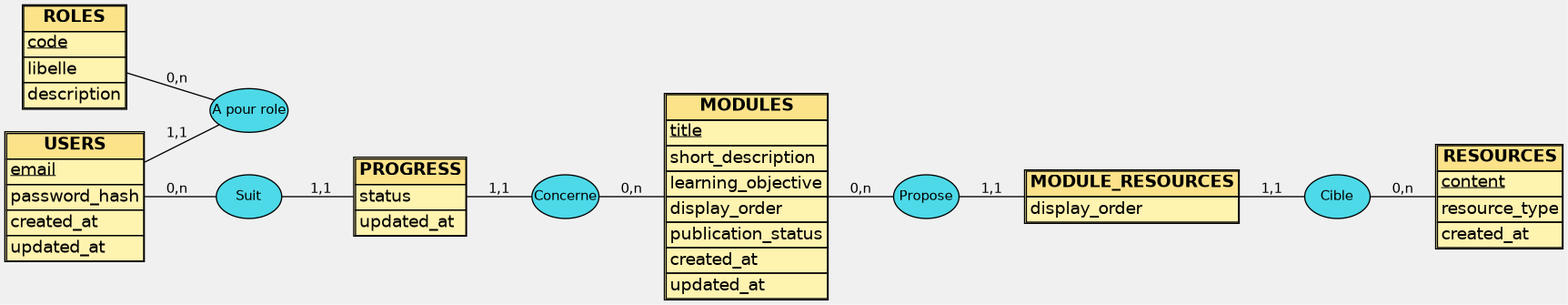
Earlier version of the Graphviz export docs/diagrams/mcd.png (Khadija-diop/Projet-chef-d-uvre-MicroSaaS). Its source is kept beside it as docs/diagrams/mcd.dot. The source it was exported from:
```dot
digraph MCD {
  rankdir=LR;
  bgcolor="#F0F0F0";
  node [fontname="Helvetica"];
  edge [fontname="Helvetica", fontsize=11];

  node [shape=none, margin=0];

  ROLES [label=<
    <TABLE BORDER="1" CELLBORDER="1" CELLSPACING="0" BGCOLOR="#FFF3B0">
      <TR><TD BGCOLOR="#FCE38A"><B>ROLES</B></TD></TR>
      <TR><TD ALIGN="LEFT"><U>code</U></TD></TR>
      <TR><TD ALIGN="LEFT">libelle</TD></TR>
      <TR><TD ALIGN="LEFT">description</TD></TR>
    </TABLE>>];

  USERS [label=<
    <TABLE BORDER="1" CELLBORDER="1" CELLSPACING="0" BGCOLOR="#FFF3B0">
      <TR><TD BGCOLOR="#FCE38A"><B>USERS</B></TD></TR>
      <TR><TD ALIGN="LEFT"><U>email</U></TD></TR>
      <TR><TD ALIGN="LEFT">password_hash</TD></TR>
      <TR><TD ALIGN="LEFT">created_at</TD></TR>
      <TR><TD ALIGN="LEFT">updated_at</TD></TR>
    </TABLE>>];

  PROGRESS [label=<
    <TABLE BORDER="1" CELLBORDER="1" CELLSPACING="0" BGCOLOR="#FFF3B0">
      <TR><TD BGCOLOR="#FCE38A"><B>PROGRESS</B></TD></TR>
      <TR><TD ALIGN="LEFT">status</TD></TR>
      <TR><TD ALIGN="LEFT">updated_at</TD></TR>
    </TABLE>>];

  MODULES [label=<
    <TABLE BORDER="1" CELLBORDER="1" CELLSPACING="0" BGCOLOR="#FFF3B0">
      <TR><TD BGCOLOR="#FCE38A"><B>MODULES</B></TD></TR>
      <TR><TD ALIGN="LEFT"><U>title</U></TD></TR>
      <TR><TD ALIGN="LEFT">short_description</TD></TR>
      <TR><TD ALIGN="LEFT">learning_objective</TD></TR>
      <TR><TD ALIGN="LEFT">display_order</TD></TR>
      <TR><TD ALIGN="LEFT">publication_status</TD></TR>
      <TR><TD ALIGN="LEFT">created_at</TD></TR>
      <TR><TD ALIGN="LEFT">updated_at</TD></TR>
    </TABLE>>];

  RESOURCES [label=<
    <TABLE BORDER="1" CELLBORDER="1" CELLSPACING="0" BGCOLOR="#FFF3B0">
      <TR><TD BGCOLOR="#FCE38A"><B>RESOURCES</B></TD></TR>
      <TR><TD ALIGN="LEFT"><U>content</U></TD></TR>
      <TR><TD ALIGN="LEFT">resource_type</TD></TR>
      <TR><TD ALIGN="LEFT">created_at</TD></TR>
    </TABLE>>];

  MODULE_RESOURCES [label=<
    <TABLE BORDER="1" CELLBORDER="1" CELLSPACING="0" BGCOLOR="#FFF3B0">
      <TR><TD BGCOLOR="#FCE38A"><B>MODULE_RESOURCES</B></TD></TR>
      <TR><TD ALIGN="LEFT">display_order</TD></TR>
    </TABLE>>];

  APossede [label="A pour role", shape=ellipse, style=filled, fillcolor="#4DD9E8", fontsize=11];
  Suit      [label="Suit",      shape=ellipse, style=filled, fillcolor="#4DD9E8", fontsize=11];
  Concerne  [label="Concerne",  shape=ellipse, style=filled, fillcolor="#4DD9E8", fontsize=11];
  Propose   [label="Propose",   shape=ellipse, style=filled, fillcolor="#4DD9E8", fontsize=11];
  Cible     [label="Cible",     shape=ellipse, style=filled, fillcolor="#4DD9E8", fontsize=11];

  USERS -> APossede [label="1,1", dir=none];
  APossede -> ROLES [label="0,n", dir=none];

  USERS -> Suit [label="0,n", dir=none];
  Suit -> PROGRESS [label="1,1", dir=none];

  PROGRESS -> Concerne [label="1,1", dir=none];
  Concerne -> MODULES [label="0,n", dir=none];

  MODULES -> Propose [label="0,n", dir=none];
  Propose -> MODULE_RESOURCES [label="1,1", dir=none];

  MODULE_RESOURCES -> Cible [label="1,1", dir=none];
  Cible -> RESOURCES [label="0,n", dir=none];

  { rank=same; ROLES; USERS; }
  { rank=same; PROGRESS; }
  { rank=same; MODULES; }
  { rank=same; MODULE_RESOURCES; }
  { rank=same; RESOURCES; }
}
```
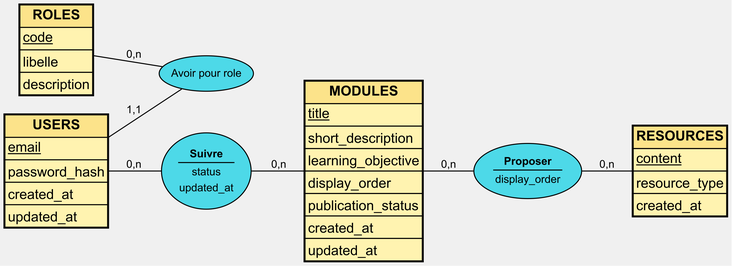
Later version of the same file.

The edit, as a diff of the source:
```diff
@@ -23,13 +23,6 @@
       <TR><TD ALIGN="LEFT">updated_at</TD></TR>
     </TABLE>>];
 
-  PROGRESS [label=<
-    <TABLE BORDER="1" CELLBORDER="1" CELLSPACING="0" BGCOLOR="#FFF3B0">
-      <TR><TD BGCOLOR="#FCE38A"><B>PROGRESS</B></TD></TR>
-      <TR><TD ALIGN="LEFT">status</TD></TR>
-      <TR><TD ALIGN="LEFT">updated_at</TD></TR>
-    </TABLE>>];
-
   MODULES [label=<
     <TABLE BORDER="1" CELLBORDER="1" CELLSPACING="0" BGCOLOR="#FFF3B0">
       <TR><TD BGCOLOR="#FCE38A"><B>MODULES</B></TD></TR>
@@ -50,36 +43,31 @@
       <TR><TD ALIGN="LEFT">created_at</TD></TR>
     </TABLE>>];
 
-  MODULE_RESOURCES [label=<
-    <TABLE BORDER="1" CELLBORDER="1" CELLSPACING="0" BGCOLOR="#FFF3B0">
-      <TR><TD BGCOLOR="#FCE38A"><B>MODULE_RESOURCES</B></TD></TR>
-      <TR><TD ALIGN="LEFT">display_order</TD></TR>
+  node [shape=ellipse, style=filled, fillcolor="#4DD9E8", fontsize=11, margin=0.05];
+
+  AvoirPourRole [label="Avoir pour role"];
+
+  Suivre [label=<
+    <TABLE BORDER="0" CELLBORDER="0" CELLSPACING="0" CELLPADDING="1">
+      <TR><TD><B>Suivre</B></TD></TR>
+      <TR><TD BORDER="1" SIDES="T">status</TD></TR>
+      <TR><TD>updated_at</TD></TR>
     </TABLE>>];
 
-  APossede [label="A pour role", shape=ellipse, style=filled, fillcolor="#4DD9E8", fontsize=11];
-  Suit      [label="Suit",      shape=ellipse, style=filled, fillcolor="#4DD9E8", fontsize=11];
-  Concerne  [label="Concerne",  shape=ellipse, style=filled, fillcolor="#4DD9E8", fontsize=11];
-  Propose   [label="Propose",   shape=ellipse, style=filled, fillcolor="#4DD9E8", fontsize=11];
-  Cible     [label="Cible",     shape=ellipse, style=filled, fillcolor="#4DD9E8", fontsize=11];
+  Proposer [label=<
+    <TABLE BORDER="0" CELLBORDER="0" CELLSPACING="0" CELLPADDING="1">
+      <TR><TD><B>Proposer</B></TD></TR>
+      <TR><TD BORDER="1" SIDES="T">display_order</TD></TR>
+    </TABLE>>];
 
-  USERS -> APossede [label="1,1", dir=none];
-  APossede -> ROLES [label="0,n", dir=none];
+  USERS -> Avoir [label="1,1", dir=none];
+  AvoirPourRole -> ROLES [label="0,n", dir=none];
 
-  USERS -> Suit [label="0,n", dir=none];
-  Suit -> PROGRESS [label="1,1", dir=none];
+  USERS -> Suivre [label="0,n", dir=none];
+  Suivre -> MODULES [label="0,n", dir=none];
 
-  PROGRESS -> Concerne [label="1,1", dir=none];
-  Concerne -> MODULES [label="0,n", dir=none];
-
-  MODULES -> Propose [label="0,n", dir=none];
-  Propose -> MODULE_RESOURCES [label="1,1", dir=none];
-
-  MODULE_RESOURCES -> Cible [label="1,1", dir=none];
-  Cible -> RESOURCES [label="0,n", dir=none];
+  MODULES -> Proposer [label="0,n", dir=none];
+  Proposer -> RESOURCES [label="0,n", dir=none];
 
   { rank=same; ROLES; USERS; }
-  { rank=same; PROGRESS; }
-  { rank=same; MODULES; }
-  { rank=same; MODULE_RESOURCES; }
-  { rank=same; RESOURCES; }
 }
```
